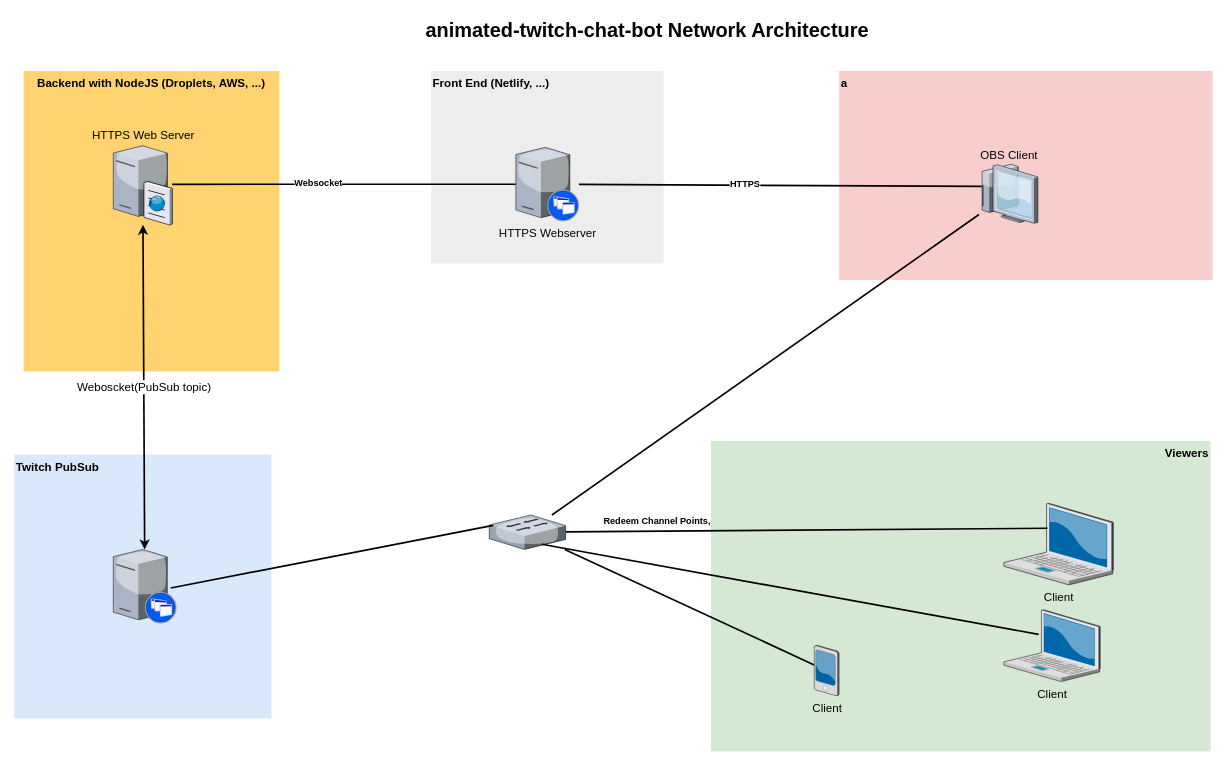
This is NetworkDiagram.drawio from codingvibe/animated-twitch-chat-bot, a draw.io file, before an edit. Source tidied: cells renumbered, new cells numbered last; positions are measured from the earlier drawing's top-left corner, leaving out a move shared by most shapes. Both pictures are drawn from the tidied source at 83%, with x=0, y=0 at pixel (14, 14).
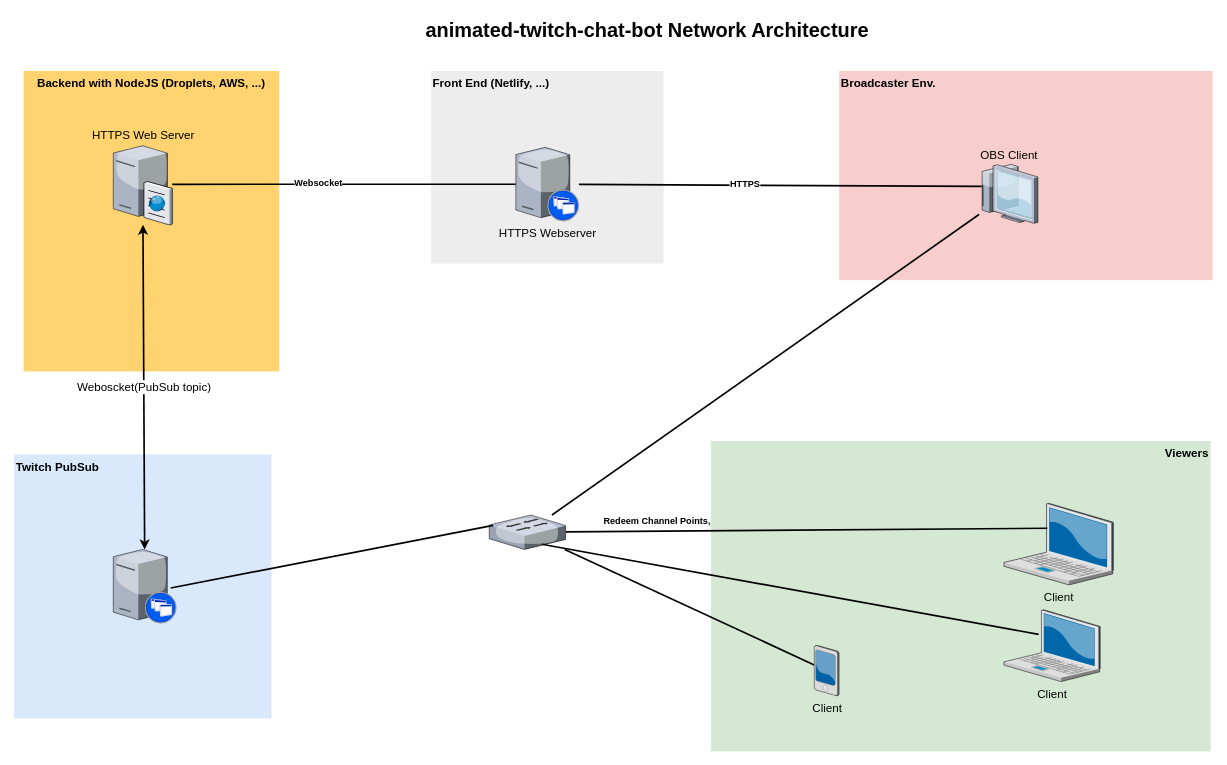
Above is the later version.

Commit message:
Fix Boradcaster Title

Change to the diagram source:
```diff
@@
-    <mxCell id="2" value="&lt;b&gt;a&lt;/b&gt;" style="whiteSpace=wrap;html=1;fillColor=#f8cecc;fontSize=14;strokeColor=none;verticalAlign=top;align=left;" parent="1" vertex="1">
+    <mxCell id="2" value="&lt;b&gt;Broadcaster Env.&lt;/b&gt;" style="whiteSpace=wrap;html=1;fillColor=#f8cecc;fontSize=14;strokeColor=none;verticalAlign=top;align=left;" parent="1" vertex="1">
       <mxGeometry x="993.5" y="68" width="450" height="252" as="geometry" />
     </mxCell>
```
